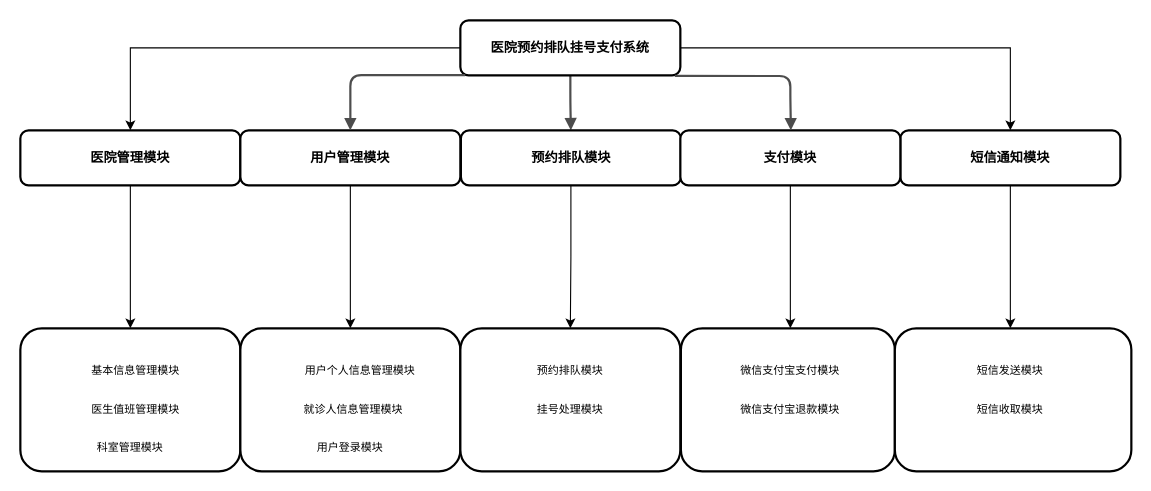
xuanyuandy/draw keeps this draw.io diagram as model.drawio. Above is the earlier version. Source tidied: cells renumbered, new cells numbered last; positions are measured from the earlier drawing's top-left corner, leaving out a move shared by most shapes. Both pictures are drawn from the tidied source at 110%, with x=0, y=0 at pixel (20, 20).
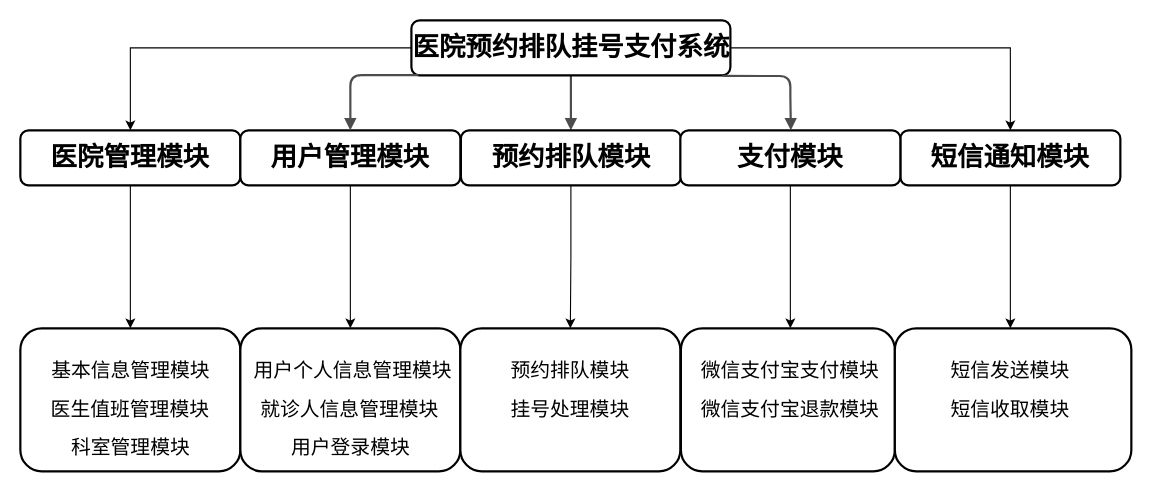
After the change.

Diff of the diagram source:
```diff
@@
-    <mxCell id="4" value="预约排队模块" style="whiteSpace=wrap;html=1;rounded=1;shadow=0;comic=0;strokeWidth=2;fontFamily=Verdana;align=center;fontSize=12;fontStyle=1;" parent="1" vertex="1">
+    <mxCell id="4" value="&lt;font style=&quot;font-size: 24px;&quot;&gt;预约排队模块&lt;/font&gt;" style="whiteSpace=wrap;html=1;rounded=1;shadow=0;comic=0;strokeWidth=2;fontFamily=Verdana;align=center;fontSize=12;fontStyle=1;" parent="1" vertex="1">
       <mxGeometry x="400.5" y="100" width="200" height="50" as="geometry" />
     </mxCell>
@@
-    <mxCell id="7" value="医院预约排队挂号支付系统" style="whiteSpace=wrap;html=1;rounded=1;shadow=0;comic=0;strokeWidth=2;fontFamily=Verdana;align=center;fontSize=12;fontStyle=1;" parent="1" vertex="1">
-      <mxGeometry x="400" width="200" height="50" as="geometry" />
+    <mxCell id="7" value="&lt;font style=&quot;font-size: 24px;&quot;&gt;医院预约排队挂号支付系统&lt;/font&gt;" style="whiteSpace=wrap;html=1;rounded=1;shadow=0;comic=0;strokeWidth=2;fontFamily=Verdana;align=center;fontSize=12;fontStyle=1;" parent="1" vertex="1">
+      <mxGeometry x="355.5" width="290" height="50" as="geometry" />
     </mxCell>
@@
-    <mxCell id="9" value="医院管理模块" style="whiteSpace=wrap;html=1;rounded=1;shadow=0;comic=0;strokeWidth=2;fontFamily=Verdana;align=center;fontSize=12;fontStyle=1;" parent="1" vertex="1">
+    <mxCell id="9" value="&lt;font style=&quot;font-size: 24px;&quot;&gt;医院管理模块&lt;/font&gt;" style="whiteSpace=wrap;html=1;rounded=1;shadow=0;comic=0;strokeWidth=2;fontFamily=Verdana;align=center;fontSize=12;fontStyle=1;" parent="1" vertex="1">
       <mxGeometry y="100" width="200" height="50" as="geometry" />
     </mxCell>
@@
-    <mxCell id="11" value="短信通知模块" style="whiteSpace=wrap;html=1;rounded=1;shadow=0;comic=0;strokeWidth=2;fontFamily=Verdana;align=center;fontSize=12;fontStyle=1;" parent="1" vertex="1">
+    <mxCell id="11" value="&lt;font style=&quot;font-size: 24px;&quot;&gt;短信通知模块&lt;/font&gt;" style="whiteSpace=wrap;html=1;rounded=1;shadow=0;comic=0;strokeWidth=2;fontFamily=Verdana;align=center;fontSize=12;fontStyle=1;" parent="1" vertex="1">
       <mxGeometry x="800" y="100" width="200" height="50" as="geometry" />
     </mxCell>
@@
-    <mxCell id="13" value="用户管理模块" style="whiteSpace=wrap;html=1;rounded=1;shadow=0;comic=0;strokeWidth=2;fontFamily=Verdana;align=center;fontSize=12;fontStyle=1;" parent="1" vertex="1">
+    <mxCell id="13" value="&lt;font style=&quot;font-size: 24px;&quot;&gt;用户管理模块&lt;/font&gt;" style="whiteSpace=wrap;html=1;rounded=1;shadow=0;comic=0;strokeWidth=2;fontFamily=Verdana;align=center;fontSize=12;fontStyle=1;" parent="1" vertex="1">
       <mxGeometry x="200" y="100" width="200" height="50" as="geometry" />
     </mxCell>
@@
-    <mxCell id="16" value="支付模块" style="whiteSpace=wrap;html=1;rounded=1;shadow=0;comic=0;strokeWidth=2;fontFamily=Verdana;align=center;fontSize=12;fontStyle=1;" parent="1" vertex="1">
+    <mxCell id="16" value="&lt;font style=&quot;font-size: 24px;&quot;&gt;支付模块&lt;/font&gt;" style="whiteSpace=wrap;html=1;rounded=1;shadow=0;comic=0;strokeWidth=2;fontFamily=Verdana;align=center;fontSize=12;fontStyle=1;" parent="1" vertex="1">
       <mxGeometry x="600" y="100" width="200" height="50" as="geometry" />
     </mxCell>
@@
-    <mxCell id="19" value="基本信息管理模块" style="text;html=1;strokeColor=none;fillColor=none;align=center;verticalAlign=middle;whiteSpace=wrap;rounded=1;shadow=0;comic=0;fontFamily=Verdana;fontSize=10;" parent="1" vertex="1">
-      <mxGeometry x="50" y="305" width="110" height="25" as="geometry" />
+    <mxCell id="19" value="&lt;font style=&quot;font-size: 18px;&quot;&gt;基本信息管理模块&lt;/font&gt;" style="text;html=1;strokeColor=none;fillColor=none;align=center;verticalAlign=middle;whiteSpace=wrap;rounded=1;shadow=0;comic=0;fontFamily=Verdana;fontSize=10;" parent="1" vertex="1">
+      <mxGeometry x="17.5" y="305" width="165" height="25" as="geometry" />
     </mxCell>
-    <mxCell id="20" value="科室管理模块" style="text;html=1;strokeColor=none;fillColor=none;align=center;verticalAlign=middle;whiteSpace=wrap;rounded=1;shadow=0;comic=0;fontFamily=Verdana;fontSize=10;" parent="1" vertex="1">
-      <mxGeometry x="45" y="375" width="110" height="25" as="geometry" />
+    <mxCell id="20" value="&lt;font style=&quot;font-size: 18px;&quot;&gt;科室管理模块&lt;/font&gt;" style="text;html=1;strokeColor=none;fillColor=none;align=center;verticalAlign=middle;whiteSpace=wrap;rounded=1;shadow=0;comic=0;fontFamily=Verdana;fontSize=10;" parent="1" vertex="1">
+      <mxGeometry x="22.5" y="375" width="155" height="25" as="geometry" />
     </mxCell>
-    <mxCell id="21" value="医生值班管理模块" style="text;html=1;strokeColor=none;fillColor=none;align=center;verticalAlign=middle;whiteSpace=wrap;rounded=1;shadow=0;comic=0;fontFamily=Verdana;fontSize=10;" parent="1" vertex="1">
-      <mxGeometry x="50" y="340" width="110" height="25" as="geometry" />
+    <mxCell id="21" value="&lt;font style=&quot;font-size: 18px;&quot;&gt;医生值班管理模块&lt;/font&gt;" style="text;html=1;strokeColor=none;fillColor=none;align=center;verticalAlign=middle;whiteSpace=wrap;rounded=1;shadow=0;comic=0;fontFamily=Verdana;fontSize=10;" parent="1" vertex="1">
+      <mxGeometry x="25" y="340" width="150" height="25" as="geometry" />
     </mxCell>
@@
-    <mxCell id="23" value="用户个人信息管理模块" style="text;html=1;strokeColor=none;fillColor=none;align=center;verticalAlign=middle;whiteSpace=wrap;rounded=1;shadow=0;comic=0;fontFamily=Verdana;fontSize=10;" parent="1" vertex="1">
-      <mxGeometry x="245" y="305" width="127.8" height="25" as="geometry" />
+    <mxCell id="23" value="&lt;font style=&quot;font-size: 18px;&quot;&gt;用户个人信息管理模块&lt;/font&gt;" style="text;html=1;strokeColor=none;fillColor=none;align=center;verticalAlign=middle;whiteSpace=wrap;rounded=1;shadow=0;comic=0;fontFamily=Verdana;fontSize=10;" parent="1" vertex="1">
+      <mxGeometry x="205" y="305" width="195" height="25" as="geometry" />
     </mxCell>
-    <mxCell id="24" value="就诊人信息管理模块" style="text;html=1;strokeColor=none;fillColor=none;align=center;verticalAlign=middle;whiteSpace=wrap;rounded=1;shadow=0;comic=0;fontFamily=Verdana;fontSize=10;" parent="1" vertex="1">
-      <mxGeometry x="238.9" y="340" width="127.8" height="25" as="geometry" />
+    <mxCell id="24" value="&lt;font style=&quot;font-size: 18px;&quot;&gt;就诊人信息管理模块&lt;/font&gt;" style="text;html=1;strokeColor=none;fillColor=none;align=center;verticalAlign=middle;whiteSpace=wrap;rounded=1;shadow=0;comic=0;fontFamily=Verdana;fontSize=10;" parent="1" vertex="1">
+      <mxGeometry x="214.4" y="340" width="171.1" height="25" as="geometry" />
     </mxCell>
-    <mxCell id="25" value="用户登录模块" style="text;html=1;strokeColor=none;fillColor=none;align=center;verticalAlign=middle;whiteSpace=wrap;rounded=1;shadow=0;comic=0;fontFamily=Verdana;fontSize=10;" parent="1" vertex="1">
-      <mxGeometry x="245" y="375" width="110" height="25" as="geometry" />
+    <mxCell id="25" value="&lt;font style=&quot;font-size: 18px;&quot;&gt;用户登录模块&lt;/font&gt;" style="text;html=1;strokeColor=none;fillColor=none;align=center;verticalAlign=middle;whiteSpace=wrap;rounded=1;shadow=0;comic=0;fontFamily=Verdana;fontSize=10;" parent="1" vertex="1">
+      <mxGeometry x="222.5" y="375" width="155" height="25" as="geometry" />
     </mxCell>
@@
-    <mxCell id="29" value="预约排队模块" style="text;html=1;strokeColor=none;fillColor=none;align=center;verticalAlign=middle;whiteSpace=wrap;rounded=1;shadow=0;comic=0;fontFamily=Verdana;fontSize=10;" parent="1" vertex="1">
+    <mxCell id="29" value="&lt;font style=&quot;font-size: 18px;&quot;&gt;预约排队模块&lt;/font&gt;" style="text;html=1;strokeColor=none;fillColor=none;align=center;verticalAlign=middle;whiteSpace=wrap;rounded=1;shadow=0;comic=0;fontFamily=Verdana;fontSize=10;" parent="1" vertex="1">
       <mxGeometry x="435.9" y="305" width="127.8" height="25" as="geometry" />
     </mxCell>
-    <mxCell id="30" value="挂号处理模块" style="text;html=1;strokeColor=none;fillColor=none;align=center;verticalAlign=middle;whiteSpace=wrap;rounded=1;shadow=0;comic=0;fontFamily=Verdana;fontSize=10;" parent="1" vertex="1">
+    <mxCell id="30" value="&lt;font style=&quot;font-size: 18px;&quot;&gt;挂号处理模块&lt;/font&gt;" style="text;html=1;strokeColor=none;fillColor=none;align=center;verticalAlign=middle;whiteSpace=wrap;rounded=1;shadow=0;comic=0;fontFamily=Verdana;fontSize=10;" parent="1" vertex="1">
       <mxGeometry x="435.9" y="340" width="127.8" height="25" as="geometry" />
     </mxCell>
-    <mxCell id="31" value="微信支付宝支付模块" style="text;html=1;strokeColor=none;fillColor=none;align=center;verticalAlign=middle;whiteSpace=wrap;rounded=1;shadow=0;comic=0;fontFamily=Verdana;fontSize=10;" parent="1" vertex="1">
-      <mxGeometry x="636.1" y="305" width="127.8" height="25" as="geometry" />
+    <mxCell id="31" value="&lt;font style=&quot;font-size: 18px;&quot;&gt;微信支付宝支付模块&lt;/font&gt;" style="text;html=1;strokeColor=none;fillColor=none;align=center;verticalAlign=middle;whiteSpace=wrap;rounded=1;shadow=0;comic=0;fontFamily=Verdana;fontSize=10;" parent="1" vertex="1">
+      <mxGeometry x="613.1" y="305" width="173.9" height="25" as="geometry" />
     </mxCell>
-    <mxCell id="32" value="微信支付宝退款模块" style="text;html=1;strokeColor=none;fillColor=none;align=center;verticalAlign=middle;whiteSpace=wrap;rounded=1;shadow=0;comic=0;fontFamily=Verdana;fontSize=10;" parent="1" vertex="1">
-      <mxGeometry x="636.1" y="340" width="127.8" height="25" as="geometry" />
+    <mxCell id="32" value="&lt;font style=&quot;font-size: 18px;&quot;&gt;微信支付宝退款模块&lt;/font&gt;" style="text;html=1;strokeColor=none;fillColor=none;align=center;verticalAlign=middle;whiteSpace=wrap;rounded=1;shadow=0;comic=0;fontFamily=Verdana;fontSize=10;" parent="1" vertex="1">
+      <mxGeometry x="618.1" y="340" width="163.9" height="25" as="geometry" />
     </mxCell>
-    <mxCell id="33" value="短信发送模块" style="text;html=1;strokeColor=none;fillColor=none;align=center;verticalAlign=middle;whiteSpace=wrap;rounded=1;shadow=0;comic=0;fontFamily=Verdana;fontSize=10;" parent="1" vertex="1">
+    <mxCell id="33" value="&lt;font style=&quot;font-size: 18px;&quot;&gt;短信发送模块&lt;/font&gt;" style="text;html=1;strokeColor=none;fillColor=none;align=center;verticalAlign=middle;whiteSpace=wrap;rounded=1;shadow=0;comic=0;fontFamily=Verdana;fontSize=10;" parent="1" vertex="1">
       <mxGeometry x="836.1" y="305" width="127.8" height="25" as="geometry" />
     </mxCell>
-    <mxCell id="34" value="短信收取模块" style="text;html=1;strokeColor=none;fillColor=none;align=center;verticalAlign=middle;whiteSpace=wrap;rounded=1;shadow=0;comic=0;fontFamily=Verdana;fontSize=10;" parent="1" vertex="1">
+    <mxCell id="34" value="&lt;font style=&quot;font-size: 18px;&quot;&gt;短信收取模块&lt;/font&gt;" style="text;html=1;strokeColor=none;fillColor=none;align=center;verticalAlign=middle;whiteSpace=wrap;rounded=1;shadow=0;comic=0;fontFamily=Verdana;fontSize=10;" parent="1" vertex="1">
       <mxGeometry x="836.1" y="340" width="127.8" height="25" as="geometry" />
     </mxCell>
```
